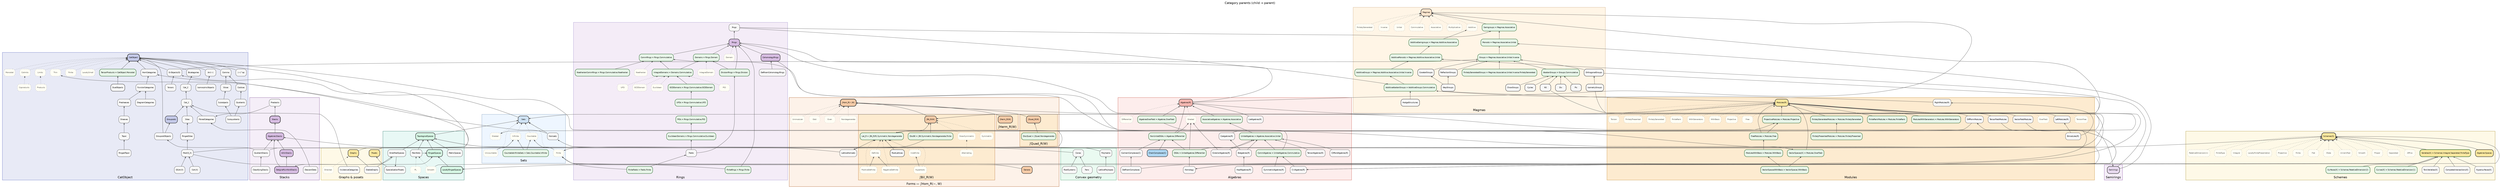
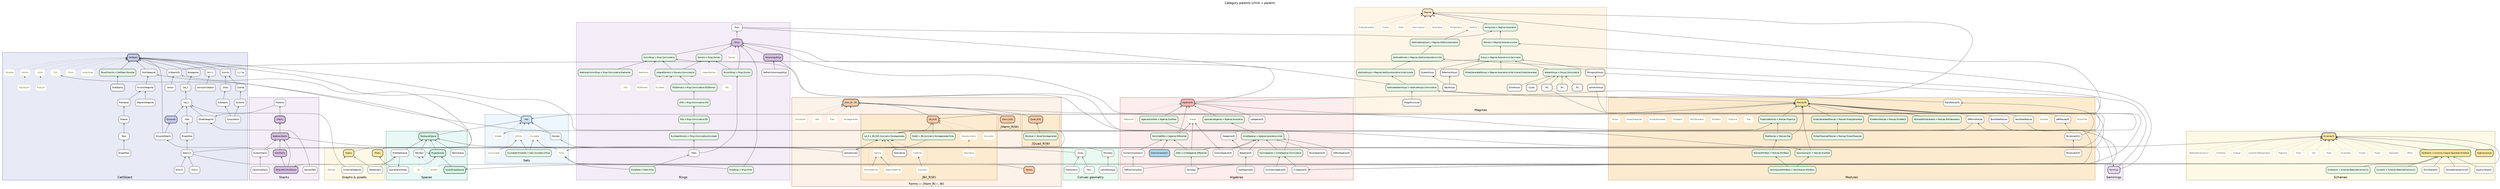
// Category parent graph (child → parent = supercategory).
//
// Node classes:
//   1. Categories — solid boxes
//   2. Atomic axioms — short dotted label on most general host; dotted edge
//   3. Named joins — green "Name = C.A1.A2…" when a conventional name packages
//      axioms from farther up the hierarchy
//
// Forms: ∫Hom_R(−,W) hosts shared form axioms; Bil ‖ Quad ‖ Herm are children.
// Render: dot -Tsvg category_parent_graph.dot -o category_parent_graph.svg

digraph CategoryParents {
  graph [
    rankdir=BT
    labelloc=t
    label="Category parents (child → parent)"
    fontsize=15
    fontname="Helvetica"
    nodesep=0.32
    ranksep=0.55
    compound=true
    newrank=true
    splines=true
  ];
  node [
    shape=box
    style="rounded,filled"
    fontname="Helvetica"
    fontsize=9
    fillcolor="#f7f7f7"
    color="#333333"
  ];
  edge [color="#444444", arrowsize=0.65];

  // Named-join default (overridden locally where needed)
  // fillcolor="#e8f5e9" color="#1b5e20"

  //══════════════════════════════════════════════════════════════
  // CatObject + sites/sheaves
  //══════════════════════════════════════════════════════════════
  subgraph cluster_cat {
    label="CatObject";
    style=filled; fillcolor="#e8eaf6"; color="#3f51b5";
    node [style="rounded,filled", fillcolor="#f7f7f7", color="#333333", fontcolor="#000000"];

    CatObject [fillcolor="#c5cae9", penwidth=2.5];
    // Cat_1 = ordinary 1-categories; Cat_2 = (2,1)-categories
    Cat_1; Cat_2;
    Groupoids [fillcolor="#c5cae9", penwidth=2];
    Bicategories;
    "Arr(−)"; "(−)^op";
    Comma; Slices; Coslices;
    // slice/coslice constructions (a subobject is a mono A→B in a slice)
    Subobjects; Quotients; Subquotients; IsomorphicObjects;
    DiagramCategories; FunctorCategories; HomCategories;
    "G-Objects(G)"; FibredCategories; GroupoidObjects; Torsors;
    Sites; Presheaves; Sheaves; Topoi;
    RingedSites; RingedTopoi;
    "Mod(O_X)"; "Coh(X)"; "QCoh(X)";

    node [style="rounded,filled", fillcolor="#e8f5e9", color="#1b5e20", fontcolor="#000000", penwidth=1.5];
    "TensorProducts = CatObject.Monoidal";
    node [style="rounded,filled", fillcolor="#f7f7f7", color="#333333", fontcolor="#000000"];
    DualObjects;

    node [style="rounded,filled,dotted", fillcolor="#fffef5", color="#888888", fontcolor="#555555"];
    // Nested-cat + (co)limit axioms on CatObject
    "CatObject.LocallySmall" [label="LocallySmall"];
    "CatObject.Finite" [label="Finite"];
    "CatObject.Thin" [label="Thin"];
    "CatObject.Limits" [label="Limits"];
    "CatObject.Colimits" [label="Colimits"];
    "CatObject.Products" [label="Products"];
    "CatObject.Coproducts" [label="Coproducts"];
    "ax.Monoidal" [label="Monoidal"];
    node [style="rounded,filled", fillcolor="#f7f7f7", color="#333333", fontcolor="#000000"];

    "CatObject.LocallySmall" -> CatObject [style=dotted];
    "CatObject.Finite" -> CatObject [style=dotted];
    "CatObject.Thin" -> CatObject [style=dotted];
    "CatObject.Limits" -> CatObject [style=dotted];
    "CatObject.Colimits" -> CatObject [style=dotted];
    // Products/Coproducts organize under (co)limits
    "CatObject.Products" -> "CatObject.Limits" [style=dotted];
    "CatObject.Coproducts" -> "CatObject.Colimits" [style=dotted];
    "ax.Monoidal" -> CatObject [style=dotted];

    Groupoids -> Cat_1;
    Cat_1 -> Cat_2;
    Cat_2 -> Bicategories;
    Bicategories -> CatObject;
    "TensorProducts = CatObject.Monoidal" -> CatObject;
    DualObjects -> "TensorProducts = CatObject.Monoidal";
    "Arr(−)" -> CatObject;
    "(−)^op" -> CatObject;
    Comma -> CatObject;
    Slices -> Comma;
    Coslices -> Comma;
    Subobjects -> Slices;
    Quotients -> Coslices;
    Subquotients -> Subobjects;
    Subquotients -> Quotients;
    IsomorphicObjects -> "Arr(−)";
    DiagramCategories -> FunctorCategories;
    FunctorCategories -> HomCategories;
    HomCategories -> CatObject;
    "G-Objects(G)" -> CatObject;
    // Fibred categories over an arbitrary base category (not only groupoids)
    FibredCategories -> Cat_1;
    GroupoidObjects -> CatObject;
    GroupoidObjects -> Groupoids;
    Torsors -> "G-Objects(G)";
    Sites -> Cat_1;
    Presheaves -> FunctorCategories;
    Sheaves -> Presheaves;
    Topoi -> Sheaves;
    RingedSites -> Sites;
    RingedTopoi -> Topoi;
    "Mod(O_X)" -> RingedSites;
    "Coh(X)" -> "Mod(O_X)";
    "QCoh(X)" -> "Mod(O_X)";
  }

  //══════════════════════════════════════════════════════════════
  // Sets
  //══════════════════════════════════════════════════════════════
  subgraph cluster_sets {
    label="Sets";
    style=filled; fillcolor="#eef6ff"; color="#6a8caf";
    node [style="rounded,filled", fillcolor="#f7f7f7", color="#333333", fontcolor="#000000"];

    Sets [fillcolor="#cfe2f3", penwidth=2];
    Homsets;

    node [style="rounded,filled", fillcolor="#e8f5e9", color="#1b5e20", fontcolor="#000000", penwidth=1.5];
    "CountableInfiniteSets = Sets.Countable.Infinite";

    node [style="rounded,filled,dotted", fillcolor="#fffef5", color="#888888", fontcolor="#555555"];
    "Sets.Finite" [label="Finite"];
    "Sets.Infinite" [label="Infinite"];
    "Sets.Countable" [label="Countable"];
    "Sets.Uncountable" [label="Uncountable"];
    "Sets.Graded" [label="Graded"];
    node [style="rounded,filled", fillcolor="#f7f7f7", color="#333333", fontcolor="#000000"];

    Sets -> CatObject [constraint=false];
    "Sets.Finite" -> Sets [style=dotted];
    "Sets.Infinite" -> Sets [style=dotted];
    "Sets.Countable" -> Sets [style=dotted];
    "Sets.Uncountable" -> Sets [style=dotted];
    "Sets.Graded" -> Sets [style=dotted];
    "Sets.Finite" -> "Sets.Countable";
    "Sets.Uncountable" -> "Sets.Infinite";
    "CountableInfiniteSets = Sets.Countable.Infinite" -> "Sets.Countable";
    "CountableInfiniteSets = Sets.Countable.Infinite" -> "Sets.Infinite";
    Homsets -> HomCategories [constraint=false];
    Homsets -> Sets;
  }

  //══════════════════════════════════════════════════════════════
  // Spaces
  //══════════════════════════════════════════════════════════════
  subgraph cluster_spaces {
    label="Spaces";
    style=filled; fillcolor="#e8f8f5"; color="#0e6655";
    node [style="rounded,filled", fillcolor="#f7f7f7", color="#333333", fontcolor="#000000"];

    TopologicalSpaces [fillcolor="#d5f5e3", penwidth=2];
    MetricSpaces;
    Manifolds;
    RingedSpaces [fillcolor="#d5f5e3", penwidth=2];
    LocallyRingedSpaces [fillcolor="#d5f5e3", penwidth=2];
    StratifiedSpaces;

    node [style="rounded,filled,dotted", fillcolor="#fffef5", color="#888888", fontcolor="#555555"];
    "Manifolds.Smooth" [label="Smooth"];
    "Manifolds.PL" [label="PL"];
    node [style="rounded,filled", fillcolor="#f7f7f7", color="#333333", fontcolor="#000000"];

    TopologicalSpaces -> Sets [constraint=false];
    MetricSpaces -> TopologicalSpaces;
    Manifolds -> TopologicalSpaces;
    Manifolds -> RingedSpaces [constraint=false];
    "Manifolds.Smooth" -> Manifolds [style=dotted];
    "Manifolds.PL" -> Manifolds [style=dotted];
    RingedSpaces -> TopologicalSpaces;
    LocallyRingedSpaces -> RingedSpaces;
    StratifiedSpaces -> TopologicalSpaces;
    StratifiedSpaces -> SpecializationPosets [constraint=false];
    "Mod(O_X)" -> RingedSpaces [constraint=false];
  }

  //══════════════════════════════════════════════════════════════
  // Convex geometry
  //══════════════════════════════════════════════════════════════
  subgraph cluster_convex {
    label="Convex geometry";
    style=filled; fillcolor="#eafaf1"; color="#1e8449";
    node [style="rounded,filled", fillcolor="#f7f7f7", color="#333333", fontcolor="#000000"];

    Cones; Fans; Polyhedra; LatticePolytopes; RootSystems;
    Cones -> TopologicalSpaces [constraint=false];
    Fans -> Cones;
    Polyhedra -> TopologicalSpaces [constraint=false];
    LatticePolytopes -> Polyhedra;
    RootSystems -> Cones;
  }

  //══════════════════════════════════════════════════════════════
  // Graphs & posets
  //══════════════════════════════════════════════════════════════
  subgraph cluster_graphs {
    label="Graphs & posets";
    style=filled; fillcolor="#fef9e7"; color="#b7950b";
    node [style="rounded,filled", fillcolor="#f7f7f7", color="#333333", fontcolor="#000000"];

    Graphs [fillcolor="#f9e79f", penwidth=2];
    StableGraphs; Posets [fillcolor="#f9e79f", penwidth=2];
    SpecializationPosets; IncidenceCategories;

    node [style="rounded,filled,dotted", fillcolor="#fffef5", color="#888888", fontcolor="#555555"];
    "Graphs.Directed" [label="Directed"];
    node [style="rounded,filled", fillcolor="#f7f7f7", color="#333333", fontcolor="#000000"];

    Graphs -> CatObject [constraint=false];
    "Graphs.Directed" -> Graphs [style=dotted];
    StableGraphs -> Graphs;
    Posets -> "CatObject.Thin" [constraint=false];
    SpecializationPosets -> Posets;
    IncidenceCategories -> Cat_1 [constraint=false];
    StableGraphs -> StratifiedSpaces [constraint=false];
  }

  //══════════════════════════════════════════════════════════════
  // Magmas
  //══════════════════════════════════════════════════════════════
  subgraph cluster_magmas {
    label="Magmas";
    style=filled; fillcolor="#fff5e6"; color="#c49a6c";
    node [style="rounded,filled", fillcolor="#f7f7f7", color="#333333", fontcolor="#000000"];

    Magmas [fillcolor="#fce5cd", penwidth=2];

    // named joins (axioms from Magmas)
    node [style="rounded,filled", fillcolor="#e8f5e9", color="#1b5e20", fontcolor="#000000", penwidth=1.5];
    "Semigroups = Magmas.Associative";
    "Monoids = Magmas.Associative.Unital";
    "Groups = Magmas.Associative.Unital.Inverse";
    "AbelianGroups = Groups.Commutative";
    "FinitelyGeneratedGroups = Magmas.Associative.Unital.Inverse.FinitelyGenerated";
    "AdditiveSemigroups = Magmas.Additive.Associative";
    "AdditiveMonoids = Magmas.Additive.Associative.Unital";
    "AdditiveGroups = Magmas.Additive.Associative.Unital.Inverse";
    "AdditiveAbelianGroups = AdditiveGroups.Commutative";
    node [style="rounded,filled", fillcolor="#f7f7f7", color="#333333", fontcolor="#000000"];

    CoxeterGroups; WeylGroups; ReflectionGroups;
    OrthogonalGroups; IsometryGroups;
    Pic; Div; NS; Cycles; ChowGroups; HodgeStructures;

    // Flat Magmas axiom set: Additive/Multiplicative select the operation;
    // Associative/Unital/Inverse/Commutative hang on Magmas itself (not re-hosted).
    node [style="rounded,filled,dotted", fillcolor="#fffef5", color="#888888", fontcolor="#555555"];
    "Magmas.Additive" [label="Additive"];
    "Magmas.Multiplicative" [label="Multiplicative"];
    "ax.Associative" [label="Associative"];
    "ax.Commutative" [label="Commutative"];
    "ax.Unital" [label="Unital"];
    "ax.Inverse" [label="Inverse"];
    "ax.FinitelyGenerated" [label="FinitelyGenerated"];
    node [style="rounded,filled", fillcolor="#f7f7f7", color="#333333", fontcolor="#000000"];

    "Magmas.Additive" -> Magmas [style=dotted];
    "Magmas.Multiplicative" -> Magmas [style=dotted];
    "ax.Associative" -> Magmas [style=dotted];
    "ax.Commutative" -> Magmas [style=dotted];
    "ax.Unital" -> Magmas [style=dotted];
    "ax.Inverse" -> Magmas [style=dotted];
    "ax.FinitelyGenerated" -> Magmas [style=dotted];

    // Hasse: each named join factors through the previous rung
    "Semigroups = Magmas.Associative" -> Magmas;
    "Monoids = Magmas.Associative.Unital" -> "Semigroups = Magmas.Associative";
    "Groups = Magmas.Associative.Unital.Inverse" -> "Monoids = Magmas.Associative.Unital";
    "AbelianGroups = Groups.Commutative" -> "Groups = Magmas.Associative.Unital.Inverse";
    "FinitelyGeneratedGroups = Magmas.Associative.Unital.Inverse.FinitelyGenerated" -> "Groups = Magmas.Associative.Unital.Inverse";
    "AdditiveSemigroups = Magmas.Additive.Associative" -> "Magmas.Additive";
    "AdditiveMonoids = Magmas.Additive.Associative.Unital" -> "AdditiveSemigroups = Magmas.Additive.Associative";
    "AdditiveGroups = Magmas.Additive.Associative.Unital.Inverse" -> "AdditiveMonoids = Magmas.Additive.Associative.Unital";
    "AdditiveAbelianGroups = AdditiveGroups.Commutative" -> "AdditiveGroups = Magmas.Additive.Associative.Unital.Inverse";

    CoxeterGroups -> "Groups = Magmas.Associative.Unital.Inverse";
    WeylGroups -> CoxeterGroups;
    ReflectionGroups -> "Groups = Magmas.Associative.Unital.Inverse";
    WeylGroups -> ReflectionGroups;
    OrthogonalGroups -> "Groups = Magmas.Associative.Unital.Inverse";
    IsometryGroups -> OrthogonalGroups;
    Pic -> "AbelianGroups = Groups.Commutative";
    Div -> "AbelianGroups = Groups.Commutative";
    NS -> "AbelianGroups = Groups.Commutative";
    Cycles -> "AbelianGroups = Groups.Commutative";
    ChowGroups -> "AbelianGroups = Groups.Commutative";
    HodgeStructures -> "AdditiveAbelianGroups = AdditiveGroups.Commutative";
    Magmas -> Sets [constraint=false];
    "G-Objects(G)" -> "Groups = Magmas.Associative.Unital.Inverse" [constraint=false];
  }

  //══════════════════════════════════════════════════════════════
  // Semirings
  //══════════════════════════════════════════════════════════════
  subgraph cluster_semirings {
    label="Semirings";
    style=filled; fillcolor="#f5eef8"; color="#7d3c98";
    node [style="rounded,filled", fillcolor="#f7f7f7", color="#333333", fontcolor="#000000"];
    Semirings [fillcolor="#e8daef", penwidth=2];
    Semirings -> "Monoids = Magmas.Associative.Unital" [constraint=false];
    Semirings -> "AdditiveMonoids = Magmas.Additive.Associative.Unital" [constraint=false];
  }

  //══════════════════════════════════════════════════════════════
  // Rings
  //══════════════════════════════════════════════════════════════
  subgraph cluster_rings {
    label="Rings";
    style=filled; fillcolor="#f4ecf7"; color="#8e7cc3";
    node [style="rounded,filled", fillcolor="#f7f7f7", color="#333333", fontcolor="#000000"];

    Rngs; Rings [fillcolor="#d7bde2", penwidth=2];
    Fields;
    CohomologyRings [fillcolor="#d7bde2", penwidth=2];
    DeRhamCohomologyRings;

    node [style="rounded,filled", fillcolor="#e8f5e9", color="#1b5e20", fontcolor="#000000", penwidth=1.5];
    "CommRings = Rings.Commutative";
    "Domains = Rings.Domain";
    "IntegralDomains = Domains.Commutative";
    "GCDDomains = Rings.Commutative.GCDDomain";
    "UFDs = Rings.Commutative.UFD";
    "PIDs = Rings.Commutative.PID";
    "EuclideanDomains = Rings.Commutative.Euclidean";
    "NoetherianCommRings = Rings.Commutative.Noetherian";
    // Finite lives on Sets; FiniteRings/Fields are pullbacks Rings.Finite / Fields.Finite
    "FiniteRings = Rings.Finite";
    "FiniteFields = Fields.Finite";
    // Multiplicative invertibility (nonzero) packaged onto Rings
    "DivisionRings = Rings.Division";
    node [style="rounded,filled", fillcolor="#f7f7f7", color="#333333", fontcolor="#000000"];

    node [style="rounded,filled,dotted", fillcolor="#fffef5", color="#888888", fontcolor="#555555"];
    "ax.Domain" [label="Domain"];
    "ax.IntegralDomain" [label="IntegralDomain"];
    "ax.GCDDomain" [label="GCDDomain"];
    "ax.UFD" [label="UFD"];
    "ax.PID" [label="PID"];
    "ax.Euclidean" [label="Euclidean"];
    "ax.Noetherian" [label="Noetherian"];
    node [style="rounded,filled", fillcolor="#f7f7f7", color="#333333", fontcolor="#000000"];

    Rngs -> "Semigroups = Magmas.Associative" [constraint=false];
    Rngs -> "AdditiveAbelianGroups = AdditiveGroups.Commutative" [constraint=false];
    Rings -> Rngs;
    Rings -> Semirings [constraint=false];
    "DivisionRings = Rings.Division" -> Rings;
    "DivisionRings = Rings.Division" -> "Domains = Rings.Domain";
    Fields -> "DivisionRings = Rings.Division";
    Fields -> "EuclideanDomains = Rings.Commutative.Euclidean";
    "CommRings = Rings.Commutative" -> Rings;
    // Domains need not be commutative
    "Domains = Rings.Domain" -> Rings;
    "IntegralDomains = Domains.Commutative" -> "Domains = Rings.Domain";
    "IntegralDomains = Domains.Commutative" -> "CommRings = Rings.Commutative";
    "GCDDomains = Rings.Commutative.GCDDomain" -> "IntegralDomains = Domains.Commutative";
    "UFDs = Rings.Commutative.UFD" -> "GCDDomains = Rings.Commutative.GCDDomain";
    "PIDs = Rings.Commutative.PID" -> "UFDs = Rings.Commutative.UFD";
    "EuclideanDomains = Rings.Commutative.Euclidean" -> "PIDs = Rings.Commutative.PID";
    "NoetherianCommRings = Rings.Commutative.Noetherian" -> "CommRings = Rings.Commutative";
    "FiniteRings = Rings.Finite" -> Rings;
    "FiniteRings = Rings.Finite" -> "Sets.Finite";
    "FiniteFields = Fields.Finite" -> Fields;
    "FiniteFields = Fields.Finite" -> "Sets.Finite";

    "ax.Domain" -> Rings [style=dotted];
    "ax.IntegralDomain" -> "Domains = Rings.Domain" [style=dotted];
    "ax.GCDDomain" -> "IntegralDomains = Domains.Commutative" [style=dotted];
    "ax.UFD" -> "IntegralDomains = Domains.Commutative" [style=dotted];
    "ax.PID" -> "IntegralDomains = Domains.Commutative" [style=dotted];
    "ax.Euclidean" -> "IntegralDomains = Domains.Commutative" [style=dotted];
    "ax.Noetherian" -> "CommRings = Rings.Commutative" [style=dotted];

    CohomologyRings -> Rings;
    DeRhamCohomologyRings -> CohomologyRings;
  }

  //══════════════════════════════════════════════════════════════
  // Modules — Left / Right / Bi are categories, not axioms
  //══════════════════════════════════════════════════════════════
  subgraph cluster_modules {
    label="Modules";
    style=filled; fillcolor="#fdebd0"; color="#b9770e";
    node [style="rounded,filled", fillcolor="#f7f7f7", color="#333333", fontcolor="#000000"];

-     // Modules(R) ≃ left R-modules (Sage default), not (R,R)-bimodules
+     // Modules(R) = left R-modules (Foundations Def 13.1). Sage's Modules(R) is NOT
+     // this vertex: it is Bimodules(R,R) (modules.py; see the sagecats ledger).
    "Modules(R)" [fillcolor="#f9e79f", penwidth=2];
    "LeftModules(R)";
    "RightModules(R)";
-     "Bimodules(R)";
+     "Bimodules(R,S)";
+     "Bimodules(R,R)";
    VectorFieldModules; TensorFieldModules; DiffFormModules;

    node [style="rounded,filled", fillcolor="#e8f5e9", color="#1b5e20", fontcolor="#000000", penwidth=1.5];
    "FreeModules = Modules.Free";
    "ProjectiveModules = Modules.Projective";
    "ModulesWithBasis = Modules.WithBasis";
    "ModulesWithGenerators = Modules.WithGenerators";
    "FiniteRankModules = Modules.FiniteRank";
    "FinitelyGeneratedModules = Modules.FinitelyGenerated";
    "FinitelyPresentedModules = Modules.FinitelyPresented";
    "VectorSpaces(K) = Modules.OverField";
    "VectorSpacesWithBasis = VectorSpaces.WithBasis";
    node [style="rounded,filled", fillcolor="#f7f7f7", color="#333333", fontcolor="#000000"];

    node [style="rounded,filled,dotted", fillcolor="#fffef5", color="#888888", fontcolor="#555555"];
    "Modules.Free" [label="Free"];
    "Modules.Projective" [label="Projective"];
    "Modules.WithBasis" [label="WithBasis"];
    "Modules.WithGenerators" [label="WithGenerators"];
    "Modules.FiniteRank" [label="FiniteRank"];
    "Modules.FinitelyGenerated" [label="FinitelyGenerated"];
    "Modules.FinitelyPresented" [label="FinitelyPresented"];
    "Modules.Torsion" [label="Torsion"];
    "Modules.TorsionFree" [label="TorsionFree"];
    "Modules.OverField" [label="OverField"];
    node [style="rounded,filled", fillcolor="#f7f7f7", color="#333333", fontcolor="#000000"];

    "Modules.Free" -> "Modules(R)" [style=dotted];
    "Modules.Projective" -> "Modules(R)" [style=dotted];
    "Modules.WithBasis" -> "Modules(R)" [style=dotted];
    "Modules.WithGenerators" -> "Modules(R)" [style=dotted];
    "Modules.FiniteRank" -> "Modules(R)" [style=dotted];
    "Modules.FinitelyGenerated" -> "Modules(R)" [style=dotted];
    "Modules.FinitelyPresented" -> "Modules(R)" [style=dotted];
    "Modules.Torsion" -> "Modules(R)" [style=dotted];
    "Modules.TorsionFree" -> "Modules(R)" [style=dotted];
    "Modules.OverField" -> "Modules(R)" [style=dotted];

    // LeftModules is the explicit synonym for Modules(R); RightModules is the opposite action
    "LeftModules(R)" -> "Modules(R)";
    "RightModules(R)" -> "AdditiveAbelianGroups = AdditiveGroups.Commutative";
    "Modules(R)" -> "AdditiveAbelianGroups = AdditiveGroups.Commutative";
-     "Bimodules(R)" -> "LeftModules(R)";
-     "Bimodules(R)" -> "RightModules(R)";
+     "Bimodules(R,R)" -> "Bimodules(R,S)";
+     "Bimodules(R,S)" -> "LeftModules(R)";
+     "Bimodules(R,S)" -> "RightModules(R)";
    "VectorSpaces(K) = Modules.OverField" -> "Modules(R)";
    "FreeModules = Modules.Free" -> "Modules(R)";
    "ProjectiveModules = Modules.Projective" -> "Modules(R)";
    "FreeModules = Modules.Free" -> "ProjectiveModules = Modules.Projective";
    "ModulesWithBasis = Modules.WithBasis" -> "FreeModules = Modules.Free";
    "ModulesWithGenerators = Modules.WithGenerators" -> "Modules(R)";
    "FiniteRankModules = Modules.FiniteRank" -> "Modules(R)";
    "FinitelyGeneratedModules = Modules.FinitelyGenerated" -> "Modules(R)";
    "FinitelyPresentedModules = Modules.FinitelyPresented" -> "FinitelyGeneratedModules = Modules.FinitelyGenerated";
    "VectorSpacesWithBasis = VectorSpaces.WithBasis" -> "VectorSpaces(K) = Modules.OverField";
    "VectorSpacesWithBasis = VectorSpaces.WithBasis" -> "ModulesWithBasis = Modules.WithBasis";
    VectorFieldModules -> "Modules(R)";
    TensorFieldModules -> "Modules(R)";
    DiffFormModules -> "Modules(R)";
    "Mod(O_X)" -> "Modules(R)" [constraint=false];
  }

  //══════════════════════════════════════════════════════════════
  // Algebras(R) = module with bilinear product (no assoc/unit). Sage MagmaticAlgebras → here;
  // Sage Algebras → UnitalAlgebras = Algebras.Associative.Unital
  //══════════════════════════════════════════════════════════════
  subgraph cluster_algebras {
    label="Algebras";
    style=filled; fillcolor="#fdedec"; color="#c0392b";
    node [style="rounded,filled", fillcolor="#f7f7f7", color="#333333", fontcolor="#000000"];

    "Algebras(R)" [fillcolor="#f5b7b1", penwidth=2];
    "LieAlgebras(R)"; "CliffordAlgebras(R)";
    "SymmetricAlgebras(R)"; "ExteriorAlgebras(R)"; "TensorAlgebras(R)";
    "HopfAlgebras(R)"; "Coalgebras(R)"; "Bialgebras(R)";
    "C∞Algebras(R)";
    "ChainComplexes(C)" [fillcolor="#aed6f1", penwidth=2];
    "CochainComplexes(C)";
    DeRhamComplexes;
    Homology;

    node [style="rounded,filled", fillcolor="#e8f5e9", color="#1b5e20", fontcolor="#000000", penwidth=1.5];
    // Associative/Unital transported onto Algebras(R) (pullbacks of Magmas classifiers)
    "AssociativeAlgebras = Algebras.Associative";
    "UnitalAlgebras = Algebras.Associative.Unital";
    "CommAlgebras = UnitalAlgebras.Commutative";
    "NonUnitalDGAs = Algebras.Differential";
    "DGAs = UnitalAlgebras.Differential";
    "AlgebrasOverField = Algebras.OverField";
    node [style="rounded,filled", fillcolor="#f7f7f7", color="#333333", fontcolor="#000000"];

    node [style="rounded,filled,dotted", fillcolor="#fffef5", color="#888888", fontcolor="#555555"];
    "ax.Differential" [label="Differential"];
    // Graded least-host is Sets; Algebras(R).Graded is the pullback transport
    "Algebras(R).Graded" [label="Graded"];
    node [style="rounded,filled", fillcolor="#f7f7f7", color="#333333", fontcolor="#000000"];

    "Algebras(R)" -> Magmas [constraint=false];
    "Algebras(R)" -> "Modules(R)" [constraint=false];
    "Algebras(R)" -> Rings [constraint=false];
    "AssociativeAlgebras = Algebras.Associative" -> "Algebras(R)";
    "UnitalAlgebras = Algebras.Associative.Unital" -> "AssociativeAlgebras = Algebras.Associative";
    "CommAlgebras = UnitalAlgebras.Commutative" -> "UnitalAlgebras = Algebras.Associative.Unital";
    "CommAlgebras = UnitalAlgebras.Commutative" -> "CommRings = Rings.Commutative" [constraint=false];
    "AlgebrasOverField = Algebras.OverField" -> "Algebras(R)";
    "AlgebrasOverField = Algebras.OverField" -> "VectorSpaces(K) = Modules.OverField" [constraint=false];
    "ax.Differential" -> "Algebras(R)" [style=dotted];
    "Algebras(R).Graded" -> "Algebras(R)" [style=dotted];
    "NonUnitalDGAs = Algebras.Differential" -> "Algebras(R)";
    "NonUnitalDGAs = Algebras.Differential" -> "Algebras(R).Graded";
    "DGAs = UnitalAlgebras.Differential" -> "UnitalAlgebras = Algebras.Associative.Unital";
    "DGAs = UnitalAlgebras.Differential" -> "Algebras(R).Graded";
    "DGAs = UnitalAlgebras.Differential" -> "NonUnitalDGAs = Algebras.Differential";
    "LieAlgebras(R)" -> "Algebras(R)";
    "CliffordAlgebras(R)" -> "UnitalAlgebras = Algebras.Associative.Unital";
    "SymmetricAlgebras(R)" -> "CommAlgebras = UnitalAlgebras.Commutative";
    "ExteriorAlgebras(R)" -> "UnitalAlgebras = Algebras.Associative.Unital";
    "ExteriorAlgebras(R)" -> "Algebras(R).Graded";
    "TensorAlgebras(R)" -> "UnitalAlgebras = Algebras.Associative.Unital";
    "Coalgebras(R)" -> "Modules(R)" [constraint=false];
    "Bialgebras(R)" -> "UnitalAlgebras = Algebras.Associative.Unital";
    "Bialgebras(R)" -> "Coalgebras(R)";
    "HopfAlgebras(R)" -> "Bialgebras(R)";
    "C∞Algebras(R)" -> "CommAlgebras = UnitalAlgebras.Commutative";
    DiffFormModules -> "Sets.Graded" [constraint=false];
    VectorFieldModules -> "C∞Algebras(R)" [constraint=false];
    TensorFieldModules -> "C∞Algebras(R)" [constraint=false];

    "ChainComplexes(C)" -> "NonUnitalDGAs = Algebras.Differential";
    "CochainComplexes(C)" -> "NonUnitalDGAs = Algebras.Differential";
    DeRhamComplexes -> "CochainComplexes(C)";
    DeRhamComplexes -> DiffFormModules [constraint=false];
    Homology -> "DGAs = UnitalAlgebras.Differential";
    Homology -> "Modules(R)" [constraint=false];
    CohomologyRings -> Homology [constraint=false];
  }

  //══════════════════════════════════════════════════════════════
  // Forms — ∫Hom_R(−,W) parent; Bil ‖ Quad ‖ Herm children
  //══════════════════════════════════════════════════════════════
  subgraph cluster_forms {
    label="Forms — ∫Hom_R(−, W)";
    style=filled; fillcolor="#fdf2e9"; color="#a04000";
    node [style="rounded,filled", fillcolor="#f7f7f7", color="#333333", fontcolor="#000000"];

    "∫Hom_R(−,W)" [fillcolor="#f5cba7", penwidth=2.5];
    Genera [fillcolor="#f5cba7", penwidth=2];
    LatticeHomsets;

    // shared form axioms on ∫Hom (incl. Unimodular = Perfect)
    node [style="rounded,filled,dotted", fillcolor="#fffef5", color="#888888", fontcolor="#555555"];
    "∫Hom.Nondegenerate" [label="Nondegenerate"];
    "∫Hom.Even" [label="Even"];
    "∫Hom.Odd" [label="Odd"];
    "∫Hom.Unimodular" [label="Unimodular"];
    node [style="rounded,filled", fillcolor="#f7f7f7", color="#333333", fontcolor="#000000"];

    "∫Hom_R(−,W)" -> "Modules(R)" [constraint=false];
    "∫Hom.Nondegenerate" -> "∫Hom_R(−,W)" [style=dotted];
    "∫Hom.Even" -> "∫Hom_R(−,W)" [style=dotted];
    "∫Hom.Odd" -> "∫Hom_R(−,W)" [style=dotted];
    "∫Hom.Unimodular" -> "∫Hom_R(−,W)" [style=dotted];

    //—— Bil ——
    subgraph cluster_bil {
      label="∫Bil_R(W)";
      style=filled; fillcolor="#fdebd0"; color="#af601a";
      node [style="rounded,filled", fillcolor="#f7f7f7", color="#333333", fontcolor="#000000"];

      "∫Bil_R(W)" [fillcolor="#f5cba7", penwidth=2];

      node [style="rounded,filled,dotted", fillcolor="#fffef5", color="#888888", fontcolor="#555555"];
      "∫Bil.Symmetric" [label="Symmetric"];
      "∫Bil.SkewSymmetric" [label="SkewSymmetric"];
      "∫Bil.Alternating" [label="Alternating"];
      node [style="rounded,filled", fillcolor="#f7f7f7", color="#333333", fontcolor="#000000"];

      node [style="rounded,filled", fillcolor="#e8f5e9", color="#1b5e20", fontcolor="#000000", penwidth=1.5];
      "Lat_R = ∫Bil_R(R).Symmetric.Nondegenerate";
      "DiscBil = ∫Bil.Symmetric.Nondegenerate.Finite";
      node [style="rounded,filled", fillcolor="#f7f7f7", color="#333333", fontcolor="#000000"];

      RootLattices;

      node [style="rounded,filled,dotted", fillcolor="#fffef5", color="#888888", fontcolor="#555555"];
      "Lat.Definite" [label="Definite"];
      "Lat.PositiveDefinite" [label="PositiveDefinite"];
      "Lat.NegativeDefinite" [label="NegativeDefinite"];
      "Lat.Indefinite" [label="Indefinite"];
      "Lat.Hyperbolic" [label="Hyperbolic"];
      node [style="rounded,filled", fillcolor="#f7f7f7", color="#333333", fontcolor="#000000"];
    }

    //—— Quad ——
    subgraph cluster_quad {
      label="∫Quad_R(W)";
      style=filled; fillcolor="#fdebd0"; color="#af601a";
      node [style="rounded,filled", fillcolor="#f7f7f7", color="#333333", fontcolor="#000000"];

      "∫Quad_R(W)" [fillcolor="#f5cba7", penwidth=2];

      node [style="rounded,filled", fillcolor="#e8f5e9", color="#1b5e20", fontcolor="#000000", penwidth=1.5];
      "DiscQuad = ∫Quad.Nondegenerate";
      node [style="rounded,filled", fillcolor="#f7f7f7", color="#333333", fontcolor="#000000"];
    }

    //—— Herm ——
    subgraph cluster_herm {
      label="∫Herm_R(W)";
      style=filled; fillcolor="#fdebd0"; color="#af601a";
      node [style="rounded,filled", fillcolor="#f7f7f7", color="#333333", fontcolor="#000000"];
      "∫Herm_R(W)" [fillcolor="#f5cba7", penwidth=2];
    }

    "∫Bil_R(W)" -> "∫Hom_R(−,W)";
    "∫Quad_R(W)" -> "∫Hom_R(−,W)";
    "∫Herm_R(W)" -> "∫Hom_R(−,W)";

    "∫Bil.Symmetric" -> "∫Bil_R(W)" [style=dotted];
    "∫Bil.SkewSymmetric" -> "∫Bil_R(W)" [style=dotted];
    // Alternating ⇒ SkewSymmetric (equiv. in char ≠ 2)
    "∫Bil.Alternating" -> "∫Bil.SkewSymmetric" [style=dotted];

    "Lat_R = ∫Bil_R(R).Symmetric.Nondegenerate" -> "∫Bil_R(W)";
    "Lat_R = ∫Bil_R(R).Symmetric.Nondegenerate" -> "ProjectiveModules = Modules.Projective" [constraint=false];
    "Lat.Definite" -> "Lat_R = ∫Bil_R(R).Symmetric.Nondegenerate" [style=dotted];
    "Lat.PositiveDefinite" -> "Lat_R = ∫Bil_R(R).Symmetric.Nondegenerate" [style=dotted];
    "Lat.NegativeDefinite" -> "Lat_R = ∫Bil_R(R).Symmetric.Nondegenerate" [style=dotted];
    "Lat.Indefinite" -> "Lat_R = ∫Bil_R(R).Symmetric.Nondegenerate" [style=dotted];
    "Lat.Hyperbolic" -> "Lat_R = ∫Bil_R(R).Symmetric.Nondegenerate" [style=dotted];
    "Lat.PositiveDefinite" -> "Lat.Definite";
    "Lat.NegativeDefinite" -> "Lat.Definite";
    "Lat.Hyperbolic" -> "Lat.Indefinite";
    RootLattices -> "Lat_R = ∫Bil_R(R).Symmetric.Nondegenerate";

    "DiscBil = ∫Bil.Symmetric.Nondegenerate.Finite" -> "∫Bil_R(W)";
    "DiscBil = ∫Bil.Symmetric.Nondegenerate.Finite" -> "Sets.Finite" [constraint=false];
    "DiscQuad = ∫Quad.Nondegenerate" -> "∫Quad_R(W)";

    Genera -> "Sets.Finite" [constraint=false];
    LatticeHomsets -> Homsets [constraint=false];
    LatticeHomsets -> "Lat_R = ∫Bil_R(R).Symmetric.Nondegenerate";
    IsometryGroups -> LatticeHomsets [constraint=false];
    OrthogonalGroups -> "∫Bil_R(W)" [constraint=false];
    NS -> "Lat_R = ∫Bil_R(R).Symmetric.Nondegenerate" [constraint=false];
  }

  //══════════════════════════════════════════════════════════════
  // Schemes
  //══════════════════════════════════════════════════════════════
  subgraph cluster_schemes {
    label="Schemes";
    style=filled; fillcolor="#fef9e7"; color="#9a7d0a";
    node [style="rounded,filled", fillcolor="#f7f7f7", color="#333333", fontcolor="#000000"];

    "Schemes(S)" [fillcolor="#f9e79f", penwidth=2.5];
    "Hypersurfaces(K)"; "CompleteIntersections(K)"; "ToricVarieties(K)";
    AlgebraicSpaces [fillcolor="#f9e79f", penwidth=2];

    node [style="rounded,filled", fillcolor="#e8f5e9", color="#1b5e20", fontcolor="#000000", penwidth=1.5];
    // Varieties = integral + separated + finite type (over a field via (K))
    "Varieties(K) = Schemes.Integral.Separated.FiniteType" [fillcolor="#f9e79f", penwidth=2];
    "Curves(K) = Schemes.RelativeDimension(1)";
    "Surfaces(K) = Schemes.RelativeDimension(2)";
    node [style="rounded,filled", fillcolor="#f7f7f7", color="#333333", fontcolor="#000000"];

    node [style="rounded,filled,dotted", fillcolor="#fffef5", color="#888888", fontcolor="#555555"];
    "Schemes.Affine" [label="Affine"];
    "Schemes.Separated" [label="Separated"];
    "Schemes.Proper" [label="Proper"];
    "Schemes.Smooth" [label="Smooth"];
    "Schemes.Unramified" [label="Unramified"];
    "Schemes.Étale" [label="Étale"];
    "Schemes.Flat" [label="Flat"];
    "Schemes.Finite" [label="Finite"];
    "Schemes.Projective" [label="Projective"];
    "Schemes.LocallyFinitePresentation" [label="LocallyFinitePresentation"];
    "Schemes.Integral" [label="Integral"];
    "Schemes.FiniteType" [label="FiniteType"];
    // RelativeDimension(n): parameterized axiom (Curves n=1, Surfaces n=2, …)
    "Schemes.RelativeDimension(n)" [label="RelativeDimension(n)"];
    node [style="rounded,filled", fillcolor="#f7f7f7", color="#333333", fontcolor="#000000"];

    "Schemes(S)" -> LocallyRingedSpaces [constraint=false];
    "Schemes.Affine" -> "Schemes(S)" [style=dotted];
    "Schemes.Separated" -> "Schemes(S)" [style=dotted];
    "Schemes.Proper" -> "Schemes(S)" [style=dotted];
    "Schemes.Smooth" -> "Schemes(S)" [style=dotted];
    "Schemes.Unramified" -> "Schemes(S)" [style=dotted];
    "Schemes.Étale" -> "Schemes(S)" [style=dotted];
    "Schemes.Flat" -> "Schemes(S)" [style=dotted];
    "Schemes.Finite" -> "Schemes(S)" [style=dotted];
    "Schemes.Projective" -> "Schemes(S)" [style=dotted];
    "Schemes.LocallyFinitePresentation" -> "Schemes(S)" [style=dotted];
    "Schemes.Integral" -> "Schemes(S)" [style=dotted];
    "Schemes.FiniteType" -> "Schemes(S)" [style=dotted];
    "Schemes.RelativeDimension(n)" -> "Schemes(S)" [style=dotted];
    "Varieties(K) = Schemes.Integral.Separated.FiniteType" -> "Schemes(S)";
    "Curves(K) = Schemes.RelativeDimension(1)" -> "Varieties(K) = Schemes.Integral.Separated.FiniteType";
    "Surfaces(K) = Schemes.RelativeDimension(2)" -> "Varieties(K) = Schemes.Integral.Separated.FiniteType";
    "Hypersurfaces(K)" -> "Varieties(K) = Schemes.Integral.Separated.FiniteType";
    "CompleteIntersections(K)" -> "Varieties(K) = Schemes.Integral.Separated.FiniteType";
    "ToricVarieties(K)" -> "Varieties(K) = Schemes.Integral.Separated.FiniteType";
    AlgebraicSpaces -> "Schemes(S)";
    "Manifolds.Smooth" -> "Varieties(K) = Schemes.Integral.Separated.FiniteType" [constraint=false];
  }

  //══════════════════════════════════════════════════════════════
  // Stacks
  //══════════════════════════════════════════════════════════════
  subgraph cluster_stacks {
    label="Stacks";
    style=filled; fillcolor="#f5eef8"; color="#6c3483";
    node [style="rounded,filled", fillcolor="#f7f7f7", color="#333333", fontcolor="#000000"];

    DescentData; Prestacks;
    Stacks [fillcolor="#d7bde2", penwidth=2.5];
    AlgebraicStacks [fillcolor="#d7bde2", penwidth=2];
    DeligneMumfordStacks [fillcolor="#d7bde2", penwidth=2];
    ArtinStacks [fillcolor="#d7bde2", penwidth=2];
    QuotientStacks; ClassifyingStacks;

    DescentData -> FibredCategories [constraint=false];
    Prestacks -> FibredCategories [constraint=false];
    Stacks -> Prestacks;
    AlgebraicStacks -> Stacks;
    DeligneMumfordStacks -> AlgebraicStacks;
    ArtinStacks -> AlgebraicStacks;
    DeligneMumfordStacks -> ArtinStacks;
    QuotientStacks -> AlgebraicStacks;
    ClassifyingStacks -> QuotientStacks;
    QuotientStacks -> GroupoidObjects [constraint=false];
    QuotientStacks -> "G-Objects(G)" [constraint=false];
    "Schemes(S)" -> AlgebraicStacks [constraint=false];
    StratifiedSpaces -> DeligneMumfordStacks [constraint=false];
  }
}
